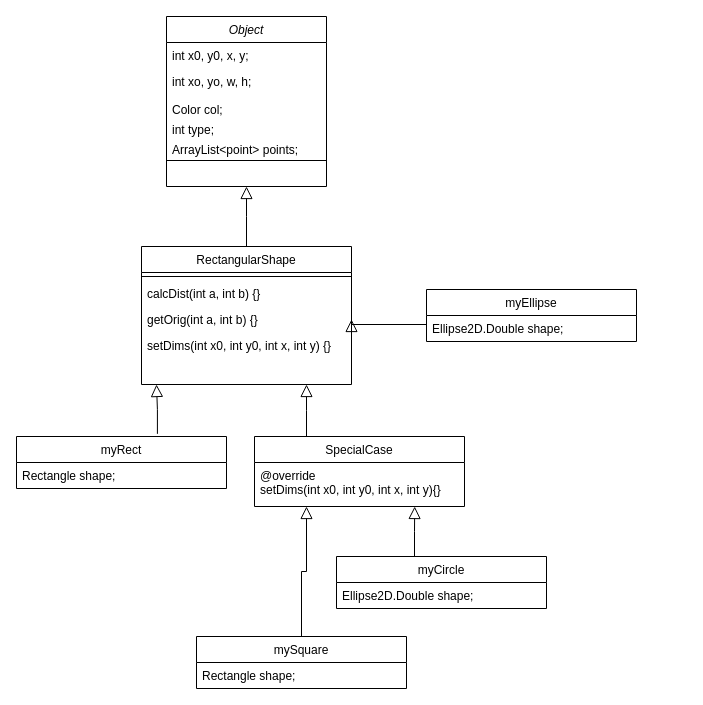
Earlier version of the draw.io diagram ClassDiagram_RectangularShapes.drawio (cchandel-dev/SketchPad). Source tidied: cells renumbered, new cells numbered last; positions are measured from the earlier drawing's top-left corner, leaving out a move shared by most shapes. Both pictures are drawn from the tidied source at 100%, with x=0, y=0 at pixel (16, 16).
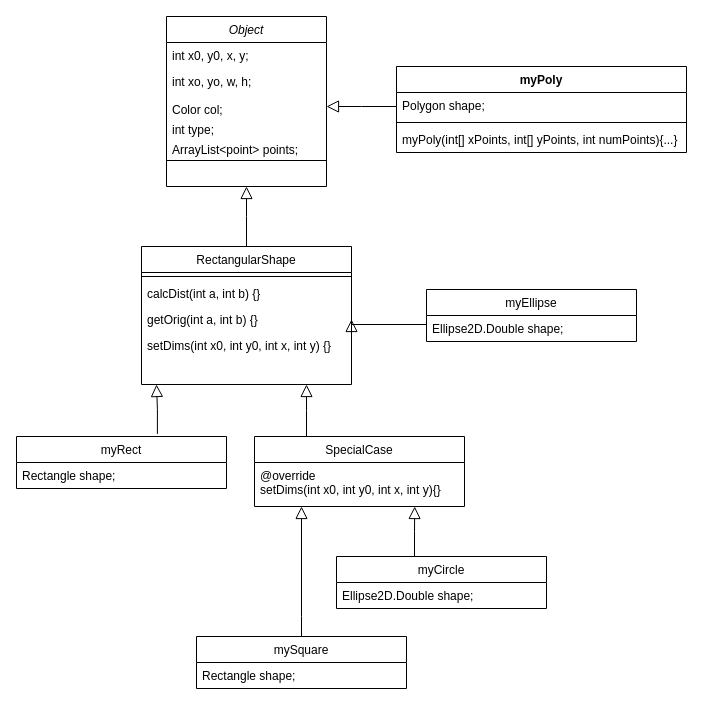
The same page after the edit.

Unchanged cells that the change refers to:
```xml
<mxCell id="5" value="Color col;&#10;" style="text;align=left;verticalAlign=top;spacingLeft=4;spacingRight=4;overflow=hidden;points=[[0,0.5],[1,0.5]];portConstraint=eastwest;rounded=0;shadow=0;html=0;" parent="2" vertex="1">
  <mxGeometry y="80" width="160" height="20" as="geometry" />
</mxCell>
<mxCell id="21" value="mySquare" style="swimlane;fontStyle=0;align=center;verticalAlign=top;horizontal=1;startSize=26;rounded=0;shadow=0;strokeWidth=1;" parent="1" vertex="1">
  <mxGeometry x="180" y="620" width="210" height="52" as="geometry" />
</mxCell>
```

The edit, as a diff of the source:
```diff
@@
     <mxCell id="28" style="endArrow=block;endSize=10;endFill=0;shadow=0;strokeWidth=1;rounded=0;edgeStyle=elbowEdgeStyle;elbow=vertical;exitX=0.5;exitY=0;exitDx=0;exitDy=0;" parent="1" edge="1" source="21">
       <mxGeometry relative="1" as="geometry">
-        <mxPoint x="290" y="490" as="targetPoint" />
+        <mxPoint x="285" y="490" as="targetPoint" />
+        <Array as="points">
+          <mxPoint x="310" y="600" />
+        </Array>
       </mxGeometry>
     </mxCell>
@@
+    <mxCell id="30" value="myPoly" style="swimlane;fontStyle=1;align=center;verticalAlign=top;horizontal=1;startSize=26;" parent="1" vertex="1">
+      <mxGeometry x="380" y="50" width="290" height="86" as="geometry" />
+    </mxCell>
+    <mxCell id="31" value="Polygon shape;" style="text;strokeColor=none;fillColor=none;align=left;verticalAlign=top;spacingLeft=4;spacingRight=4;overflow=hidden;" parent="30" vertex="1">
+      <mxGeometry y="26" width="290" height="26" as="geometry" />
+    </mxCell>
+    <mxCell id="32" style="line;strokeWidth=1;fillColor=none;align=left;verticalAlign=middle;spacingTop=-1;spacingLeft=3;spacingRight=3;labelPosition=right;" parent="30" vertex="1">
+      <mxGeometry y="52" width="290" height="8" as="geometry" />
+    </mxCell>
+    <mxCell id="33" value="myPoly(int[] xPoints, int[] yPoints, int numPoints){...}" style="text;strokeColor=none;fillColor=none;align=left;verticalAlign=top;spacingLeft=4;spacingRight=4;overflow=hidden;" parent="30" vertex="1">
+      <mxGeometry y="60" width="290" height="26" as="geometry" />
+    </mxCell>
+    <mxCell id="34" style="endArrow=block;endSize=10;endFill=0;shadow=0;strokeWidth=1;rounded=0;edgeStyle=elbowEdgeStyle;elbow=vertical;entryX=1;entryY=0.5;entryDx=0;entryDy=0;" parent="1" edge="1" target="5">
+      <mxGeometry relative="1" as="geometry">
+        <mxPoint x="380" y="90" as="sourcePoint" />
+      </mxGeometry>
+    </mxCell>
```
